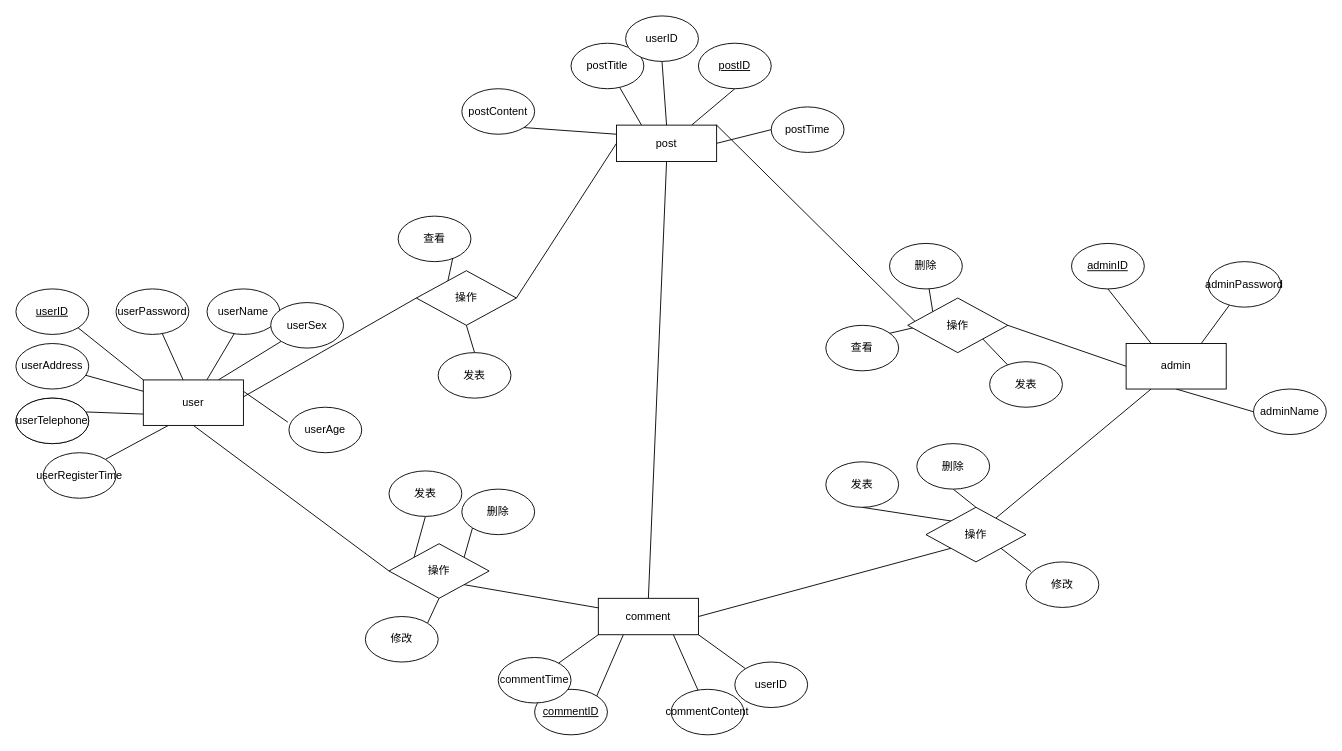
The draw.io diagram ER_new.drawio in CookiesDing/project_BBS, before the edit. Source tidied: cells renumbered, new cells numbered last; positions are measured from the earlier drawing's top-left corner, leaving out a move shared by most shapes. Both pictures are drawn from the tidied source at 91%, with x=0, y=0 at pixel (15, 15).
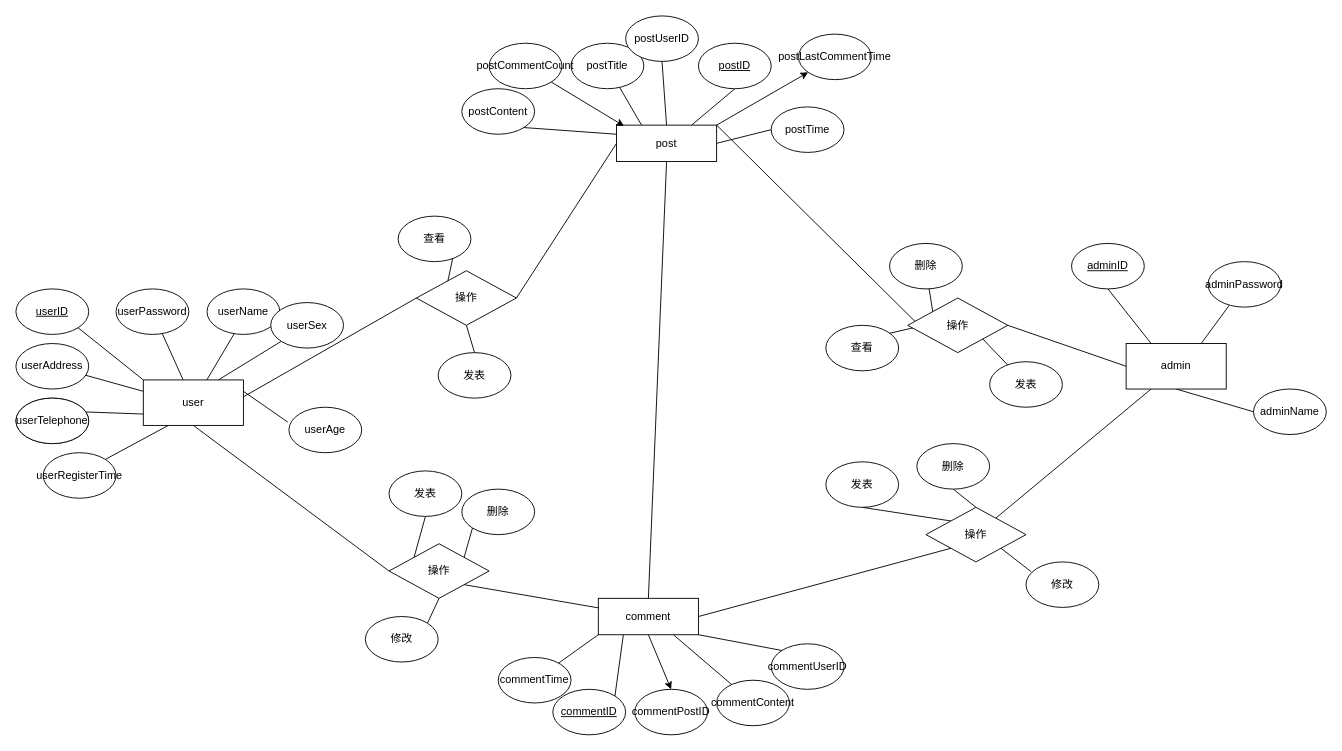
The same diagram, later.

The change refers to these unchanged cells:
```xml
<mxCell id="25" value="post" style="rounded=0;whiteSpace=wrap;html=1;" parent="1" vertex="1">
  <mxGeometry x="660" y="120" width="110" height="40" as="geometry" />
</mxCell>
<mxCell id="57" value="comment" style="rounded=0;whiteSpace=wrap;html=1;" parent="1" vertex="1">
  <mxGeometry x="640" y="640" width="110" height="40" as="geometry" />
</mxCell>
```

Diff of the diagram source:
```diff
@@
+    <mxCell id="82" style="edgeStyle=none;html=1;exitX=1;exitY=0;exitDx=0;exitDy=0;" parent="1" edge="1" source="25" target="84">
+      <mxGeometry relative="1" as="geometry" />
+    </mxCell>
@@
+    <mxCell id="83" style="edgeStyle=none;html=1;exitX=0.5;exitY=1;exitDx=0;exitDy=0;entryX=0.5;entryY=0;entryDx=0;entryDy=0;" parent="1" edge="1" source="57" target="85">
+      <mxGeometry relative="1" as="geometry" />
+    </mxCell>
@@
     <mxCell id="74" value="&lt;u&gt;commentID&lt;/u&gt;" style="ellipse;whiteSpace=wrap;html=1;" parent="1" vertex="1">
-      <mxGeometry x="570" y="740" width="80" height="50" as="geometry" />
+      <mxGeometry x="590" y="740" width="80" height="50" as="geometry" />
     </mxCell>
     <mxCell id="75" value="commentContent" style="ellipse;whiteSpace=wrap;html=1;" parent="1" vertex="1">
-      <mxGeometry x="720" y="740" width="80" height="50" as="geometry" />
+      <mxGeometry x="770" y="730" width="80" height="50" as="geometry" />
     </mxCell>
@@
-    <mxCell id="80" value="userID" style="ellipse;whiteSpace=wrap;html=1;" parent="1" vertex="1">
-      <mxGeometry x="790" y="710" width="80" height="50" as="geometry" />
+    <mxCell id="80" value="commentUserID" style="ellipse;whiteSpace=wrap;html=1;" parent="1" vertex="1">
+      <mxGeometry x="830" y="690" width="80" height="50" as="geometry" />
     </mxCell>
-    <mxCell id="81" value="userID" style="ellipse;whiteSpace=wrap;html=1;" parent="1" vertex="1">
+    <mxCell id="81" value="postUserID" style="ellipse;whiteSpace=wrap;html=1;" parent="1" vertex="1">
       <mxGeometry x="670" width="80" height="50" as="geometry" />
     </mxCell>
+    <mxCell id="84" value="postLastCommentTime" style="ellipse;whiteSpace=wrap;html=1;" parent="1" vertex="1">
+      <mxGeometry x="860" y="20" width="80" height="50" as="geometry" />
+    </mxCell>
+    <mxCell id="85" value="commentPostID" style="ellipse;whiteSpace=wrap;html=1;" parent="1" vertex="1">
+      <mxGeometry x="680" y="740" width="80" height="50" as="geometry" />
+    </mxCell>
+    <mxCell id="86" style="edgeStyle=none;html=1;exitX=1;exitY=1;exitDx=0;exitDy=0;entryX=0.075;entryY=0.025;entryDx=0;entryDy=0;entryPerimeter=0;" parent="1" edge="1" source="87" target="25">
+      <mxGeometry relative="1" as="geometry" />
+    </mxCell>
+    <mxCell id="87" value="postCommentCount" style="ellipse;whiteSpace=wrap;html=1;" parent="1" vertex="1">
+      <mxGeometry x="520" y="30" width="80" height="50" as="geometry" />
+    </mxCell>
```
